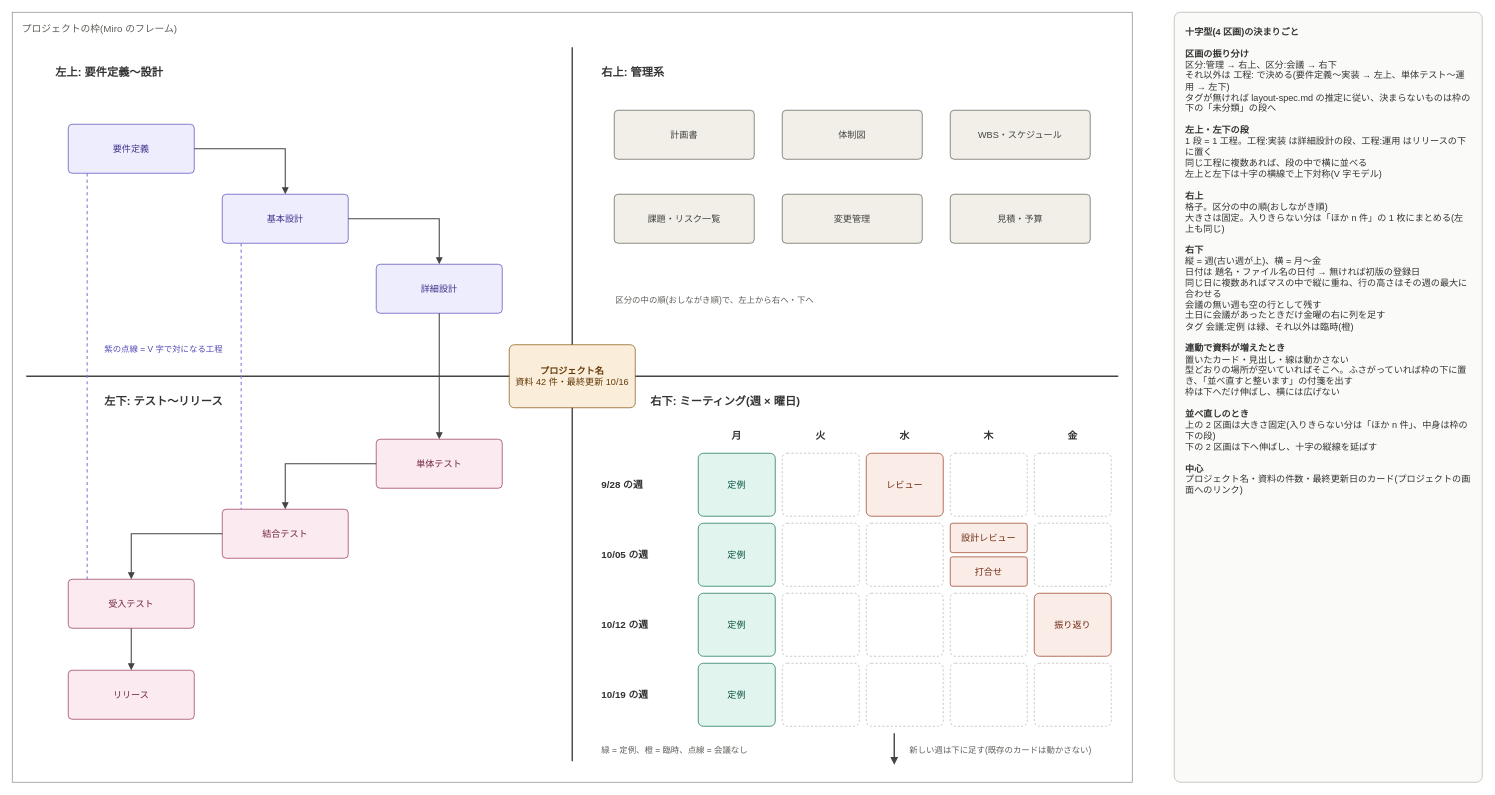
Before: page "採用: 十字型(4区画)" (4 of 12) of docs/miro-layouts/miro-layouts.drawio in EARCE9000/document-manager, a draw.io diagram. Source tidied: cells renumbered, new cells numbered last; positions are measured from the earlier drawing's top-left corner, leaving out a move shared by most shapes. Both pictures are drawn from the tidied source at 70%, with x=0, y=0 at pixel (12, 12).
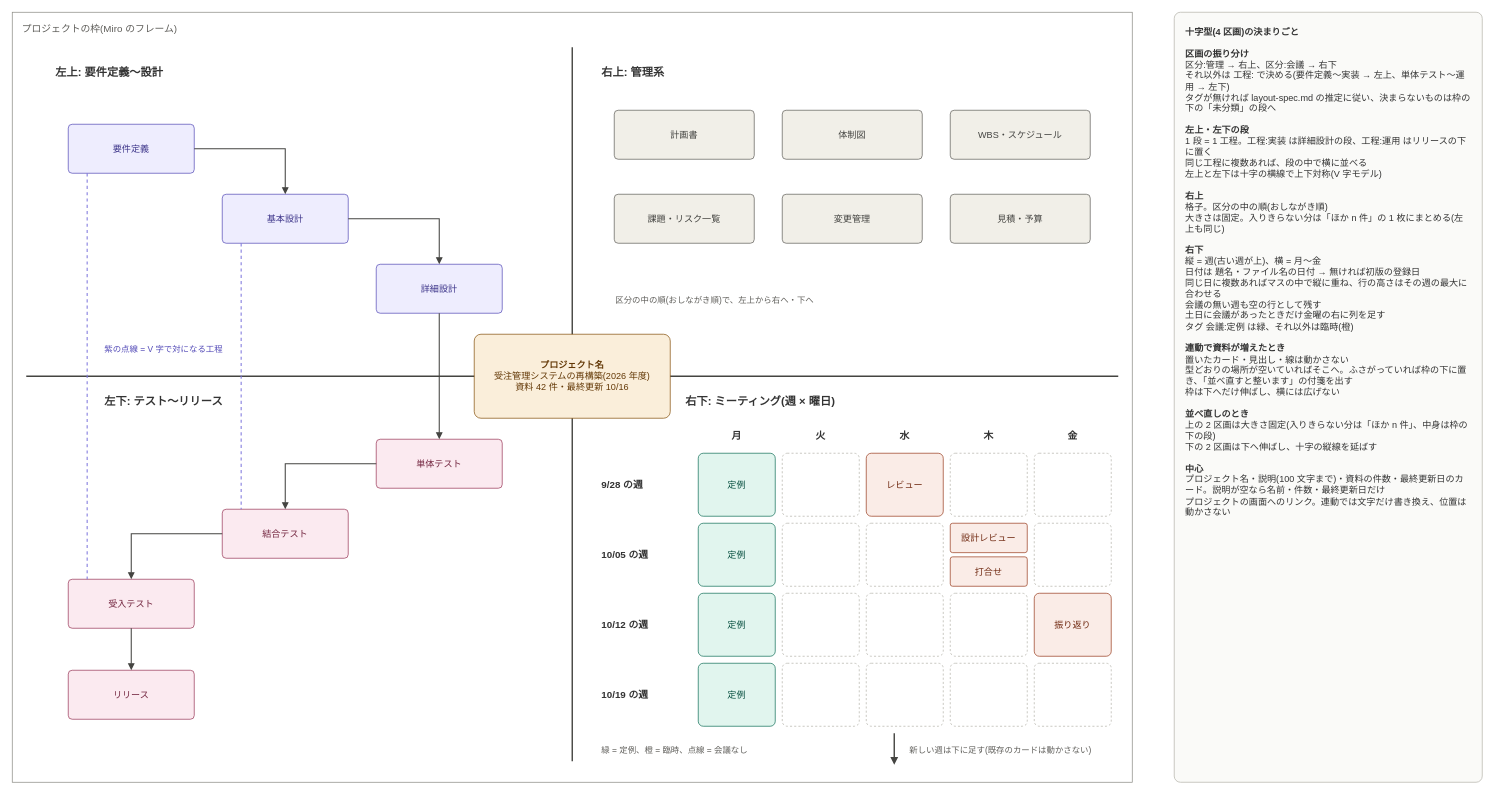
The same page after the edit.

Commit message:
Miro の並べ方の図: 十字型の中心のカードにプロジェクトの説明を出す形にした

Change to the diagram source:
```diff
@@
     <mxCell id="8" value="右下: ミーティング(週 × 曜日)" style="text;html=1;align=left;verticalAlign=middle;whiteSpace=wrap;fontSize=16;fontStyle=1;fontColor=#333333;" parent="1" vertex="1">
-      <mxGeometry x="910" y="540" width="400" height="30" as="geometry" />
+      <mxGeometry x="960" y="540" width="400" height="30" as="geometry" />
     </mxCell>
@@
-    <mxCell id="65" value="&lt;b&gt;プロジェクト名&lt;/b&gt;&lt;br&gt;資料 42 件・最終更新 10/16" style="rounded=1;arcSize=8;whiteSpace=wrap;html=1;fillColor=#FAEEDA;strokeColor=#854F0B;fontColor=#633806;fontSize=13;" parent="1" vertex="1">
-      <mxGeometry x="710" y="475" width="180" height="90" as="geometry" />
+    <mxCell id="65" value="&lt;b&gt;プロジェクト名&lt;/b&gt;&lt;br&gt;受注管理システムの再構築(2026 年度)&lt;br&gt;資料 42 件・最終更新 10/16" style="rounded=1;arcSize=8;whiteSpace=wrap;html=1;fillColor=#FAEEDA;strokeColor=#854F0B;fontColor=#633806;fontSize=13;" parent="1" vertex="1">
+      <mxGeometry x="660" y="460" width="280" height="120" as="geometry" />
     </mxCell>
-    <mxCell id="66" value="&lt;b&gt;十字型(4 区画)の決まりごと&lt;/b&gt;&lt;br&gt;&lt;br&gt;&lt;b&gt;区画の振り分け&lt;/b&gt;&lt;br&gt;区分:管理 → 右上、区分:会議 → 右下&lt;br&gt;それ以外は 工程: で決める(要件定義〜実装 → 左上、単体テスト〜運用 → 左下)&lt;br&gt;タグが無ければ layout-spec.md の推定に従い、決まらないものは枠の下の「未分類」の段へ&lt;br&gt;&lt;br&gt;&lt;b&gt;左上・左下の段&lt;/b&gt;&lt;br&gt;1 段 = 1 工程。工程:実装 は詳細設計の段、工程:運用 はリリースの下に置く&lt;br&gt;同じ工程に複数あれば、段の中で横に並べる&lt;br&gt;左上と左下は十字の横線で上下対称(V 字モデル)&lt;br&gt;&lt;br&gt;&lt;b&gt;右上&lt;/b&gt;&lt;br&gt;格子。区分の中の順(おしながき順)&lt;br&gt;大きさは固定。入りきらない分は「ほか n 件」の 1 枚にまとめる(左上も同じ)&lt;br&gt;&lt;br&gt;&lt;b&gt;右下&lt;/b&gt;&lt;br&gt;縦 = 週(古い週が上)、横 = 月〜金&lt;br&gt;日付は 題名・ファイル名の日付 → 無ければ初版の登録日&lt;br&gt;同じ日に複数あればマスの中で縦に重ね、行の高さはその週の最大に合わせる&lt;br&gt;会議の無い週も空の行として残す&lt;br&gt;土日に会議があったときだけ金曜の右に列を足す&lt;br&gt;タグ 会議:定例 は緑、それ以外は臨時(橙)&lt;br&gt;&lt;br&gt;&lt;b&gt;連動で資料が増えたとき&lt;/b&gt;&lt;br&gt;置いたカード・見出し・線は動かさない&lt;br&gt;型どおりの場所が空いていればそこへ。ふさがっていれば枠の下に置き、「並べ直すと整います」の付箋を出す&lt;br&gt;枠は下へだけ伸ばし、横には広げない&lt;br&gt;&lt;br&gt;&lt;b&gt;並べ直しのとき&lt;/b&gt;&lt;br&gt;上の 2 区画は大きさ固定(入りきらない分は「ほか n 件」、中身は枠の下の段)&lt;br&gt;下の 2 区画は下へ伸ばし、十字の縦線を延ばす&lt;br&gt;&lt;br&gt;&lt;b&gt;中心&lt;/b&gt;&lt;br&gt;プロジェクト名・資料の件数・最終更新日のカード(プロジェクトの画面へのリンク)" style="rounded=1;arcSize=2;whiteSpace=wrap;html=1;align=left;verticalAlign=top;spacing=16;fillColor=#FAFAF8;strokeColor=#B4B2A9;fontSize=13;fontColor=#333333;" parent="1" vertex="1">
+    <mxCell id="66" value="&lt;b&gt;十字型(4 区画)の決まりごと&lt;/b&gt;&lt;br&gt;&lt;br&gt;&lt;b&gt;区画の振り分け&lt;/b&gt;&lt;br&gt;区分:管理 → 右上、区分:会議 → 右下&lt;br&gt;それ以外は 工程: で決める(要件定義〜実装 → 左上、単体テスト〜運用 → 左下)&lt;br&gt;タグが無ければ layout-spec.md の推定に従い、決まらないものは枠の下の「未分類」の段へ&lt;br&gt;&lt;br&gt;&lt;b&gt;左上・左下の段&lt;/b&gt;&lt;br&gt;1 段 = 1 工程。工程:実装 は詳細設計の段、工程:運用 はリリースの下に置く&lt;br&gt;同じ工程に複数あれば、段の中で横に並べる&lt;br&gt;左上と左下は十字の横線で上下対称(V 字モデル)&lt;br&gt;&lt;br&gt;&lt;b&gt;右上&lt;/b&gt;&lt;br&gt;格子。区分の中の順(おしながき順)&lt;br&gt;大きさは固定。入りきらない分は「ほか n 件」の 1 枚にまとめる(左上も同じ)&lt;br&gt;&lt;br&gt;&lt;b&gt;右下&lt;/b&gt;&lt;br&gt;縦 = 週(古い週が上)、横 = 月〜金&lt;br&gt;日付は 題名・ファイル名の日付 → 無ければ初版の登録日&lt;br&gt;同じ日に複数あればマスの中で縦に重ね、行の高さはその週の最大に合わせる&lt;br&gt;会議の無い週も空の行として残す&lt;br&gt;土日に会議があったときだけ金曜の右に列を足す&lt;br&gt;タグ 会議:定例 は緑、それ以外は臨時(橙)&lt;br&gt;&lt;br&gt;&lt;b&gt;連動で資料が増えたとき&lt;/b&gt;&lt;br&gt;置いたカード・見出し・線は動かさない&lt;br&gt;型どおりの場所が空いていればそこへ。ふさがっていれば枠の下に置き、「並べ直すと整います」の付箋を出す&lt;br&gt;枠は下へだけ伸ばし、横には広げない&lt;br&gt;&lt;br&gt;&lt;b&gt;並べ直しのとき&lt;/b&gt;&lt;br&gt;上の 2 区画は大きさ固定(入りきらない分は「ほか n 件」、中身は枠の下の段)&lt;br&gt;下の 2 区画は下へ伸ばし、十字の縦線を延ばす&lt;br&gt;&lt;br&gt;&lt;b&gt;中心&lt;/b&gt;&lt;br&gt;プロジェクト名・説明(100 文字まで)・資料の件数・最終更新日のカード。説明が空なら名前・件数・最終更新日だけ&lt;br&gt;プロジェクトの画面へのリンク。連動では文字だけ書き換え、位置は動かさない" style="rounded=1;arcSize=2;whiteSpace=wrap;html=1;align=left;verticalAlign=top;spacing=16;fillColor=#FAFAF8;strokeColor=#B4B2A9;fontSize=13;fontColor=#333333;" parent="1" vertex="1">
       <mxGeometry x="1660" width="440" height="1100" as="geometry" />
     </mxCell>
```
